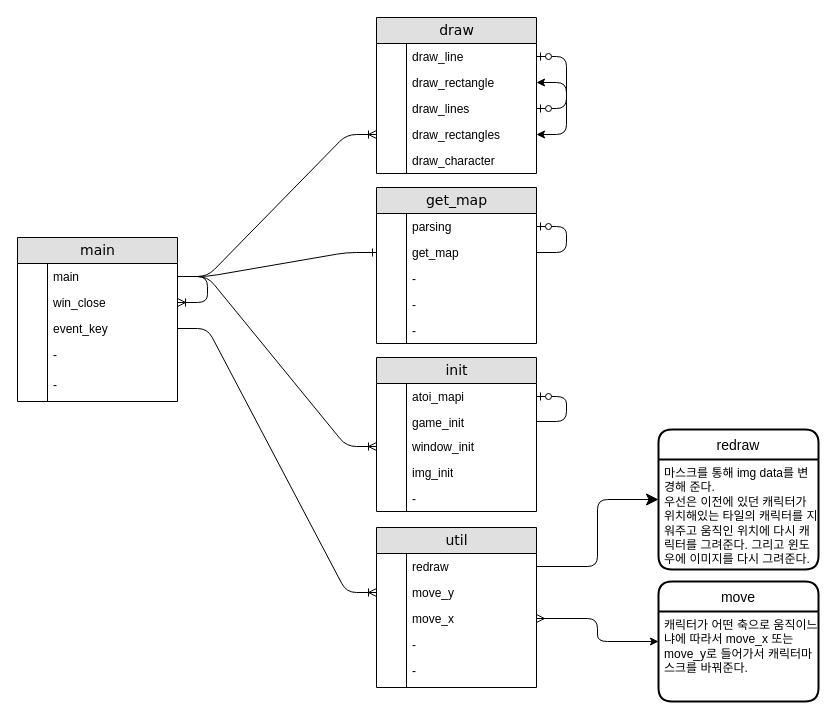
Above: drawio/cub3d.drawio in meong99/42_seoul (draw.io), before the change. Source tidied: cells renumbered, new cells numbered last; positions are measured from the earlier drawing's top-left corner, leaving out a move shared by most shapes. Both pictures are drawn from the tidied source at 100%, with x=0, y=0 at pixel (17, 17).
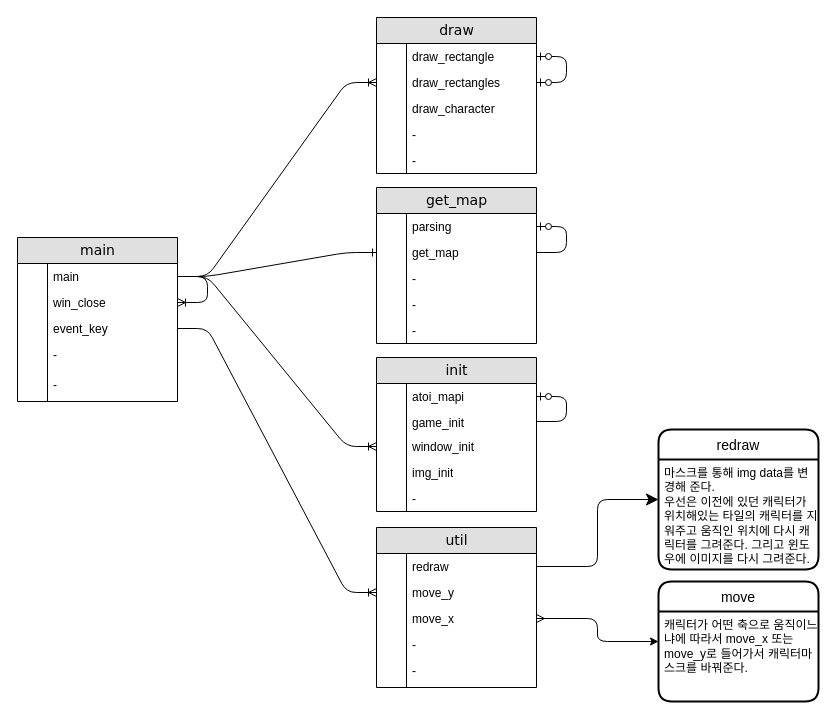
The same diagram, later.

The change refers to these unchanged cells:
```xml
<mxCell id="2" value="draw" style="swimlane;html=1;fontStyle=0;horizontal=1;startSize=26;fillColor=#e0e0e0;swimlaneFillColor=#ffffff;align=center;rounded=0;shadow=0;comic=0;labelBackgroundColor=none;strokeWidth=1;fontFamily=Verdana;fontSize=14;" parent="1" vertex="1">
  <mxGeometry x="359" width="160" height="156" as="geometry" />
</mxCell>
```

Diff of the diagram source:
```diff
@@
-    <mxCell id="3" value="draw_line" style="shape=partialRectangle;top=0;left=0;right=0;bottom=0;html=1;align=left;verticalAlign=top;fillColor=none;spacingLeft=34;spacingRight=4;whiteSpace=wrap;overflow=hidden;points=[[0,0.5],[1,0.5]];portConstraint=eastwest;" parent="2" vertex="1">
-      <mxGeometry y="26" width="160" height="26" as="geometry" />
-    </mxCell>
-    <mxCell id="4" style="shape=partialRectangle;top=0;left=0;bottom=0;html=1;fillColor=none;align=left;verticalAlign=top;spacingLeft=4;spacingRight=4;whiteSpace=wrap;overflow=hidden;" parent="3" vertex="1">
-      <mxGeometry width="30" height="26" as="geometry" />
-    </mxCell>
     <mxCell id="5" value="draw_rectangle" style="shape=partialRectangle;top=0;left=0;right=0;bottom=0;html=1;align=left;verticalAlign=top;fillColor=none;spacingLeft=34;spacingRight=4;whiteSpace=wrap;overflow=hidden;points=[[0,0.5],[1,0.5]];portConstraint=eastwest;" parent="2" vertex="1">
-      <mxGeometry y="52" width="160" height="26" as="geometry" />
+      <mxGeometry y="26" width="160" height="26" as="geometry" />
     </mxCell>
@@
-    <mxCell id="7" value="draw_lines" style="shape=partialRectangle;top=0;left=0;right=0;bottom=0;html=1;align=left;verticalAlign=top;fillColor=none;spacingLeft=34;spacingRight=4;whiteSpace=wrap;overflow=hidden;points=[[0,0.5],[1,0.5]];portConstraint=eastwest;" parent="2" vertex="1">
-      <mxGeometry y="78" width="160" height="26" as="geometry" />
-    </mxCell>
-    <mxCell id="8" style="shape=partialRectangle;top=0;left=0;bottom=0;html=1;fillColor=none;align=left;verticalAlign=top;spacingLeft=4;spacingRight=4;whiteSpace=wrap;overflow=hidden;" parent="7" vertex="1">
-      <mxGeometry width="30" height="26" as="geometry" />
-    </mxCell>
     <mxCell id="9" value="draw_rectangles" style="shape=partialRectangle;top=0;left=0;right=0;bottom=0;html=1;align=left;verticalAlign=top;fillColor=none;spacingLeft=34;spacingRight=4;whiteSpace=wrap;overflow=hidden;points=[[0,0.5],[1,0.5]];portConstraint=eastwest;" parent="2" vertex="1">
-      <mxGeometry y="104" width="160" height="26" as="geometry" />
+      <mxGeometry y="52" width="160" height="26" as="geometry" />
     </mxCell>
@@
     <mxCell id="11" value="draw_character" style="shape=partialRectangle;top=0;left=0;right=0;bottom=0;html=1;align=left;verticalAlign=top;fillColor=none;spacingLeft=34;spacingRight=4;whiteSpace=wrap;overflow=hidden;" parent="2" vertex="1">
-      <mxGeometry y="130" width="160" height="26" as="geometry" />
+      <mxGeometry y="78" width="160" height="26" as="geometry" />
     </mxCell>
@@
-    <mxCell id="13" style="edgeStyle=entityRelationEdgeStyle;fontSize=12;html=1;endArrow=classic;endFill=1;startArrow=classic;startFill=1;" parent="2" edge="1" source="9" target="5">
-      <mxGeometry relative="1" as="geometry" />
-    </mxCell>
-    <mxCell id="14" style="edgeStyle=entityRelationEdgeStyle;fontSize=12;html=1;endArrow=ERzeroToOne;endFill=1;jumpStyle=sharp;startArrow=ERzeroToOne;startFill=1;" parent="2" edge="1" source="7" target="3">
+    <mxCell id="14" style="edgeStyle=entityRelationEdgeStyle;fontSize=12;html=1;endArrow=ERzeroToOne;endFill=1;jumpStyle=sharp;startArrow=ERzeroToOne;startFill=1;" parent="2" edge="1" source="9" target="5">
       <mxGeometry relative="1" as="geometry" />
     </mxCell>
+    <mxCell id="72" value="-" style="shape=partialRectangle;top=0;left=0;right=0;bottom=0;html=1;align=left;verticalAlign=top;fillColor=none;spacingLeft=34;spacingRight=4;whiteSpace=wrap;overflow=hidden;" parent="2" vertex="1">
+      <mxGeometry y="104" width="160" height="26" as="geometry" />
+    </mxCell>
+    <mxCell id="73" style="shape=partialRectangle;top=0;left=0;bottom=0;html=1;fillColor=none;align=left;verticalAlign=top;spacingLeft=4;spacingRight=4;whiteSpace=wrap;overflow=hidden;" parent="72" vertex="1">
+      <mxGeometry width="30" height="26" as="geometry" />
+    </mxCell>
+    <mxCell id="74" value="-" style="shape=partialRectangle;top=0;left=0;right=0;bottom=0;html=1;align=left;verticalAlign=top;fillColor=none;spacingLeft=34;spacingRight=4;whiteSpace=wrap;overflow=hidden;" parent="2" vertex="1">
+      <mxGeometry y="130" width="160" height="26" as="geometry" />
+    </mxCell>
+    <mxCell id="75" style="shape=partialRectangle;top=0;left=0;bottom=0;html=1;fillColor=none;align=left;verticalAlign=top;spacingLeft=4;spacingRight=4;whiteSpace=wrap;overflow=hidden;" parent="74" vertex="1">
+      <mxGeometry width="30" height="26" as="geometry" />
+    </mxCell>
```
